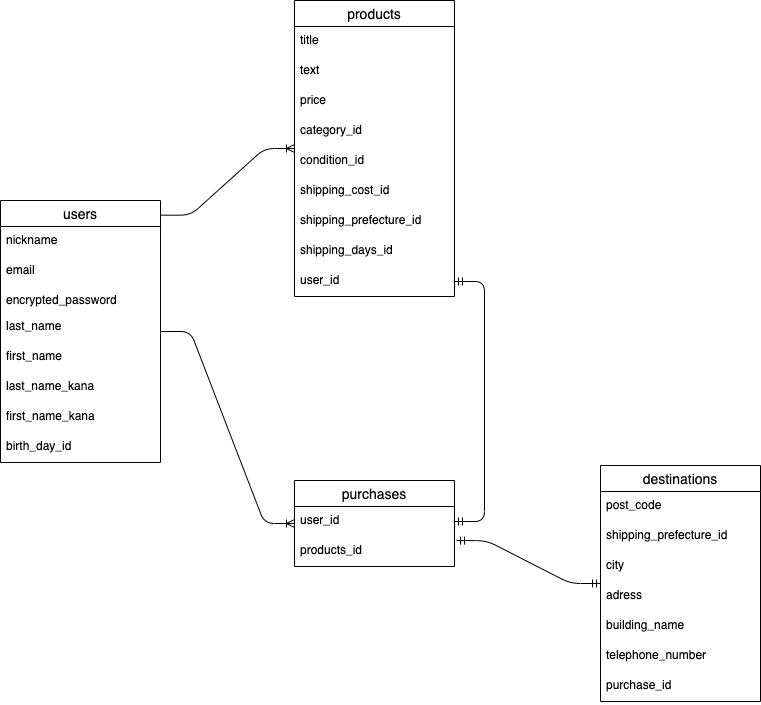
Above: furima.drawio.png in yuki-brave/furima-37349 (draw.io), before the change. Source tidied: cells renumbered, new cells last; positions are measured from the earlier drawing's top-left corner, leaving out a move shared by most shapes.
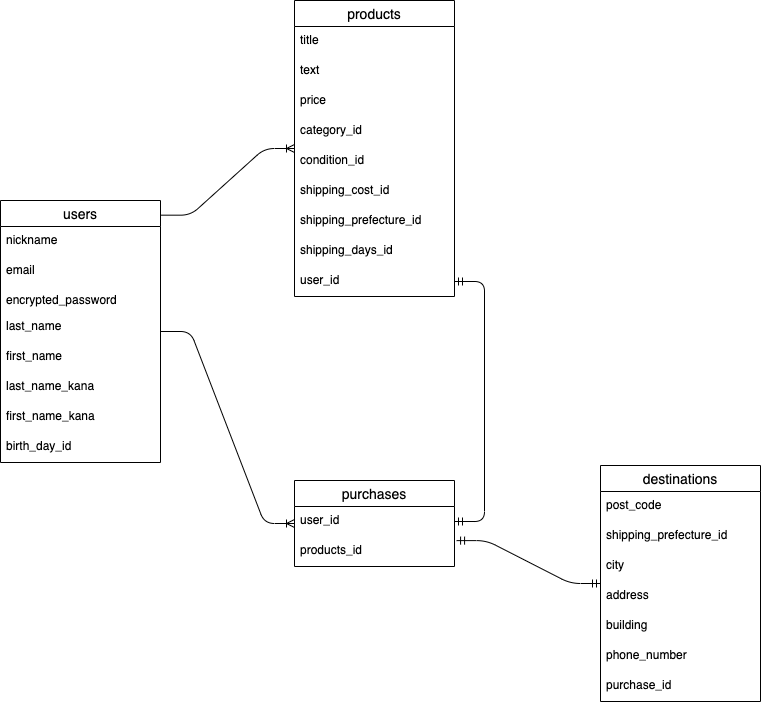
Later version of the same file.

The edit, as a diff of the source:
```diff
@@ -80,13 +80,13 @@
     <mxCell id="27" value="city" style="text;strokeColor=none;fillColor=none;spacingLeft=4;spacingRight=4;overflow=hidden;fontSize=12;" parent="24" vertex="1">
       <mxGeometry y="86" width="160" height="30" as="geometry" />
     </mxCell>
-    <mxCell id="28" value="adress" style="text;strokeColor=none;fillColor=none;spacingLeft=4;spacingRight=4;overflow=hidden;fontSize=12;" parent="24" vertex="1">
+    <mxCell id="28" value="address" style="text;strokeColor=none;fillColor=none;spacingLeft=4;spacingRight=4;overflow=hidden;fontSize=12;" parent="24" vertex="1">
       <mxGeometry y="116" width="160" height="30" as="geometry" />
     </mxCell>
-    <mxCell id="29" value="building_name" style="text;strokeColor=none;fillColor=none;spacingLeft=4;spacingRight=4;overflow=hidden;fontSize=12;" parent="24" vertex="1">
+    <mxCell id="29" value="building" style="text;strokeColor=none;fillColor=none;spacingLeft=4;spacingRight=4;overflow=hidden;fontSize=12;" parent="24" vertex="1">
       <mxGeometry y="146" width="160" height="30" as="geometry" />
     </mxCell>
-    <mxCell id="30" value="telephone_number" style="text;strokeColor=none;fillColor=none;spacingLeft=4;spacingRight=4;overflow=hidden;fontSize=12;" parent="24" vertex="1">
+    <mxCell id="30" value="phone_number" style="text;strokeColor=none;fillColor=none;spacingLeft=4;spacingRight=4;overflow=hidden;fontSize=12;" parent="24" vertex="1">
       <mxGeometry y="176" width="160" height="30" as="geometry" />
     </mxCell>
     <mxCell id="31" value="purchase_id" style="text;strokeColor=none;fillColor=none;spacingLeft=4;spacingRight=4;overflow=hidden;fontSize=12;" parent="24" vertex="1">
```
